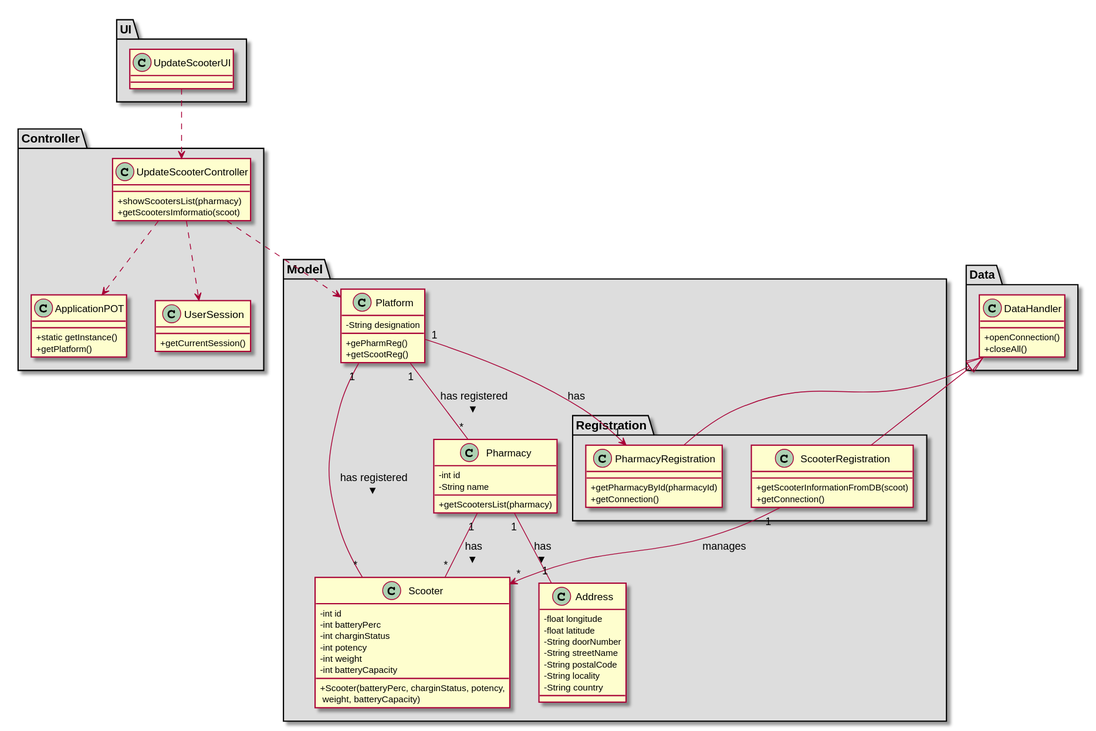
This is docs/Iteration 1/Scooter Management/US57_ScooterInformation/US57_CD.svg from tiagoavcosta25/LAPR3, a PlantUML export, as it was before one commit. Its diagram source:
```plantuml
@startuml
skinparam classAttributeIconSize 0

package "UI" #DDDDDD {
class UpdateScooterUI{

}
}


package "Controller" #DDDDDD {
class UpdateScooterController{
    +showScootersList(pharmacy)
    +getScootersImformatio(scoot)
}

class ApplicationPOT
{
  +static getInstance()
  +getPlatform()
}

class UserSession
{
  +getCurrentSession()
}
}


package "Model" #DDDDDD {
class Platform {
  -String designation
  +gePharmReg()
  +getScootReg()
}
package "Registration" #DDDDDD {
 class PharmacyRegistration{
     +getPharmacyById(pharmacyId)
     +getConnection()
 }

 class ScooterRegistration{
     +getScooterInformationFromDB(scoot)
     +getConnection()
  }
 }
}

package "Model" #DDDDDD {
class Scooter{
  -int id
  -int batteryPerc
  -int charginStatus
  -int potency
  -int weight
  -int batteryCapacity
  +Scooter(batteryPerc, charginStatus, potency,\n weight, batteryCapacity)
}

class Address{
  -float longitude
  -float latitude
  -String doorNumber
  -String streetName
  -String postalCode
  -String locality
  -String country
}

class Pharmacy {
  -int id
  -String name
  +getScootersList(pharmacy)
}

}


package "Data" #DDDDDD {
class DataHandler{
    +openConnection()
    +closeAll()
}
}

class PharmacyRegistration extends DataHandler
class ScooterRegistration extends DataHandler

UpdateScooterUI ..> UpdateScooterController
UpdateScooterController ..> Platform
UpdateScooterController ..> ApplicationPOT
UpdateScooterController ..> UserSession
Platform "1" --> "1" PharmacyRegistration : has
ScooterRegistration "1" --> "*" Scooter : manages

Platform "1" -- "*" Pharmacy : has registered >
Platform "1" -- "*" Scooter : has registered >

Pharmacy "1" -- "*" Scooter : has >
Pharmacy "1" -- "1" Address : has >

@enduml
```
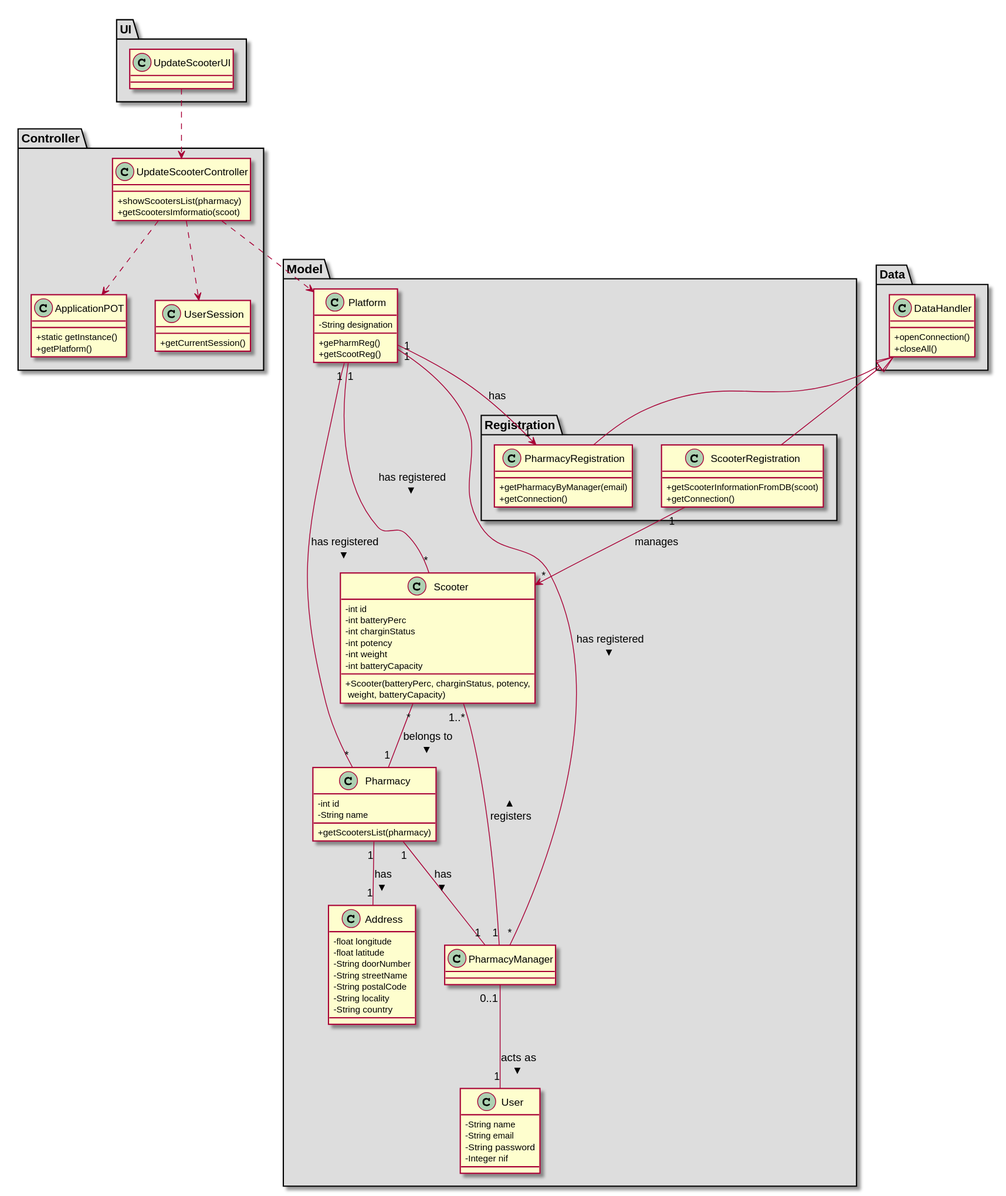
The same file after the commit.

Commit message:
LAPR2AP2 - 162 #fixing Scooter Information [Analysis] LAPR2AP2 - 163 #fixing Scooter Information [Design]

Diff of the diagram source:
```diff
@@ -35,7 +35,7 @@
 }
 package "Registration" #DDDDDD {
  class PharmacyRegistration{
-     +getPharmacyById(pharmacyId)
+     +getPharmacyByManager(email)
      +getConnection()
  }
 
@@ -73,6 +73,16 @@
   +getScootersList(pharmacy)
 }
 
+class User{
+-   String name
+-   String email
+-   String password
+-   Integer nif
+}
+
+class PharmacyManager {
+}
+
 }
 
 
@@ -95,8 +105,12 @@
 
 Platform "1" -- "*" Pharmacy : has registered >
 Platform "1" -- "*" Scooter : has registered >
+Platform "1" -- "*" PharmacyManager : has registered >
 
-Pharmacy "1" -- "*" Scooter : has >
+PharmacyManager "0..1" -- "1" User: acts as >
+PharmacyManager "1" -- "1..*" Scooter : registers >
+Pharmacy "1" -- "1" PharmacyManager : has >
+Scooter "*" -- "1" Pharmacy : belongs to >
 Pharmacy "1" -- "1" Address : has >
 
 @enduml
```
